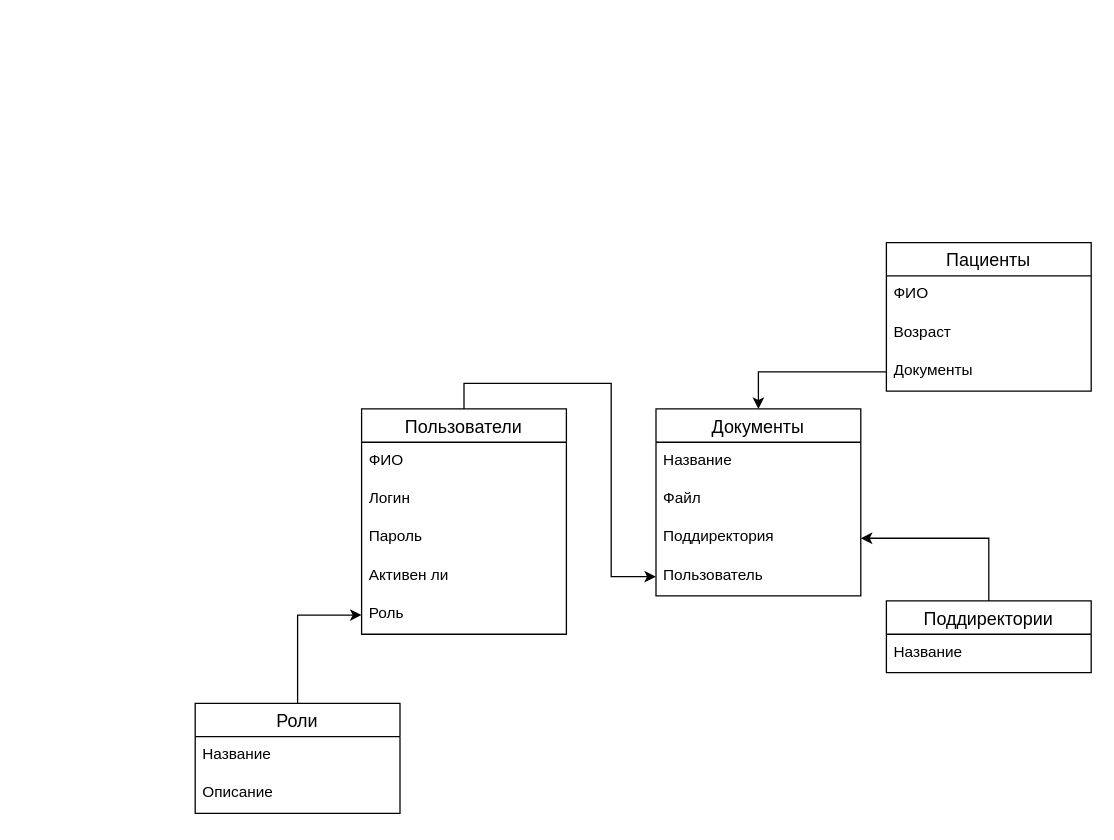
slsforme/prirodaRazumaSoftwareSystem keeps this draw.io diagram as drawio/logical_scheme.drawio. Above is the earlier version. Source tidied: cells renumbered, new cells numbered last; positions are measured from the earlier drawing's top-left corner, leaving out a move shared by most shapes. Both pictures are drawn from the tidied source at 128%, with x=0, y=0 at pixel (195, 242).
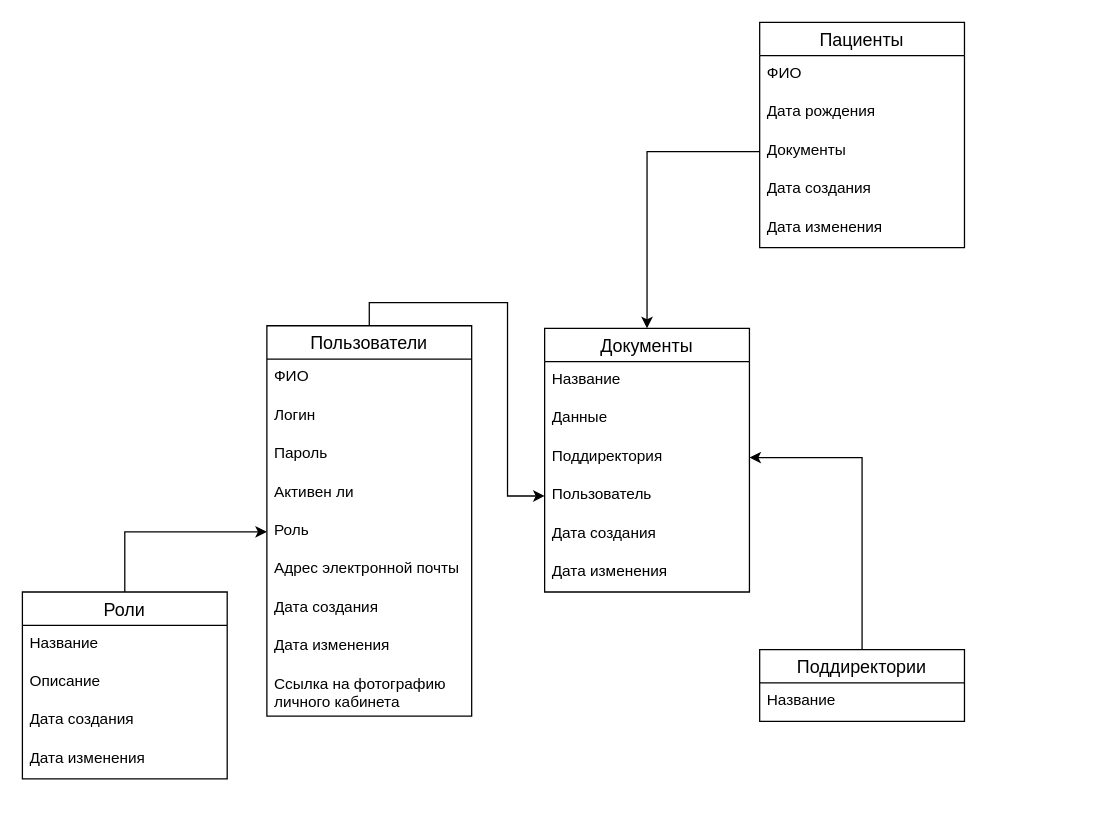
After the change.

Commit message:
Актуальная версия логической схемы

Unchanged cells that the change refers to:
```xml
<mxCell id="21" value="Пользователь" style="text;strokeColor=none;fillColor=none;spacingLeft=4;spacingRight=4;overflow=hidden;points=[[0,0.5],[1,0.5]];portConstraint=eastwest;fontSize=12;whiteSpace=wrap;html=1;" parent="17" vertex="1">
  <mxGeometry y="116" width="160" height="30" as="geometry" />
</mxCell>
```

The edit, as a diff of the source:
```diff
@@
     <mxCell id="2" style="edgeStyle=orthogonalEdgeStyle;rounded=0;jettySize=auto;html=1;" parent="1" edge="1" source="3" target="21">
       <mxGeometry relative="1" as="geometry">
         <Array as="points">
-          <mxPoint x="210" y="110" />
-          <mxPoint x="325" y="110" />
-          <mxPoint x="325" y="261" />
+          <mxPoint x="136" y="47" />
+          <mxPoint x="244" y="47" />
+          <mxPoint x="244" y="198" />
         </Array>
       </mxGeometry>
     </mxCell>
     <mxCell id="3" value="Пользователи" style="swimlane;fontStyle=0;horizontal=1;startSize=26;align=center;fontSize=14;" parent="1" vertex="1">
-      <mxGeometry x="130" y="130" width="160" height="176" as="geometry" />
+      <mxGeometry x="56" y="65" width="160" height="305" as="geometry" />
     </mxCell>
@@
+    <mxCell id="26" value="Адрес электронной почты" style="text;strokeColor=none;fillColor=none;spacingLeft=4;spacingRight=4;overflow=hidden;fontSize=12;whiteSpace=wrap;html=1;" parent="3" vertex="1">
+      <mxGeometry y="176" width="160" height="30" as="geometry" />
+    </mxCell>
+    <mxCell id="27" value="Дата создания" style="text;strokeColor=none;fillColor=none;spacingLeft=4;spacingRight=4;overflow=hidden;fontSize=12;whiteSpace=wrap;html=1;" parent="3" vertex="1">
+      <mxGeometry y="206" width="160" height="30" as="geometry" />
+    </mxCell>
+    <mxCell id="28" value="Дата изменения" style="text;strokeColor=none;fillColor=none;spacingLeft=4;spacingRight=4;overflow=hidden;fontSize=12;whiteSpace=wrap;html=1;" parent="3" vertex="1">
+      <mxGeometry y="236" width="160" height="30" as="geometry" />
+    </mxCell>
+    <mxCell id="29" value="Ссылка на фотографию личного кабинета" style="text;strokeColor=none;fillColor=none;spacingLeft=4;spacingRight=4;overflow=hidden;fontSize=12;whiteSpace=wrap;html=1;" parent="3" vertex="1">
+      <mxGeometry y="266" width="160" height="39" as="geometry" />
+    </mxCell>
@@
     <mxCell id="10" value="Роли" style="swimlane;fontStyle=0;horizontal=1;startSize=26;align=center;fontSize=14;" parent="1" vertex="1">
-      <mxGeometry y="360" width="160" height="86" as="geometry" />
+      <mxGeometry x="-135" y="273" width="160" height="146" as="geometry" />
     </mxCell>
@@
+    <mxCell id="30" value="Дата создания" style="text;strokeColor=none;fillColor=none;spacingLeft=4;spacingRight=4;overflow=hidden;fontSize=12;whiteSpace=wrap;html=1;" parent="10" vertex="1">
+      <mxGeometry y="86" width="160" height="30" as="geometry" />
+    </mxCell>
+    <mxCell id="31" value="Дата изменения" style="text;strokeColor=none;fillColor=none;spacingLeft=4;spacingRight=4;overflow=hidden;fontSize=12;whiteSpace=wrap;html=1;" parent="10" vertex="1">
+      <mxGeometry y="116" width="160" height="30" as="geometry" />
+    </mxCell>
     <mxCell id="13" value="Пациенты" style="swimlane;fontStyle=0;horizontal=1;startSize=26;align=center;fontSize=14;" parent="1" vertex="1">
-      <mxGeometry x="540" width="160" height="116" as="geometry" />
+      <mxGeometry x="441" y="-172" width="160" height="176" as="geometry" />
     </mxCell>
@@
-    <mxCell id="15" value="Возраст" style="text;strokeColor=none;fillColor=none;spacingLeft=4;spacingRight=4;overflow=hidden;fontSize=12;whiteSpace=wrap;html=1;" parent="13" vertex="1">
+    <mxCell id="15" value="Дата рождения" style="text;strokeColor=none;fillColor=none;spacingLeft=4;spacingRight=4;overflow=hidden;fontSize=12;whiteSpace=wrap;html=1;" parent="13" vertex="1">
       <mxGeometry y="56" width="160" height="30" as="geometry" />
     </mxCell>
@@
+    <mxCell id="32" value="Дата создания" style="text;strokeColor=none;fillColor=none;spacingLeft=4;spacingRight=4;overflow=hidden;fontSize=12;whiteSpace=wrap;html=1;" parent="13" vertex="1">
+      <mxGeometry y="116" width="160" height="30" as="geometry" />
+    </mxCell>
+    <mxCell id="33" value="Дата изменения" style="text;strokeColor=none;fillColor=none;spacingLeft=4;spacingRight=4;overflow=hidden;fontSize=12;whiteSpace=wrap;html=1;" parent="13" vertex="1">
+      <mxGeometry y="146" width="160" height="30" as="geometry" />
+    </mxCell>
     <mxCell id="17" value="Документы" style="swimlane;fontStyle=0;horizontal=1;startSize=26;align=center;fontSize=14;" parent="1" vertex="1">
-      <mxGeometry x="360" y="130" width="160" height="146" as="geometry" />
+      <mxGeometry x="273" y="67" width="160" height="206" as="geometry" />
     </mxCell>
@@
-    <mxCell id="19" value="Файл" style="text;strokeColor=none;fillColor=none;spacingLeft=4;spacingRight=4;overflow=hidden;fontSize=12;whiteSpace=wrap;html=1;" parent="17" vertex="1">
+    <mxCell id="19" value="Данные" style="text;strokeColor=none;fillColor=none;spacingLeft=4;spacingRight=4;overflow=hidden;fontSize=12;whiteSpace=wrap;html=1;" parent="17" vertex="1">
       <mxGeometry y="56" width="160" height="30" as="geometry" />
     </mxCell>
@@
+    <mxCell id="34" value="Дата создания" style="text;strokeColor=none;fillColor=none;spacingLeft=4;spacingRight=4;overflow=hidden;fontSize=12;whiteSpace=wrap;html=1;" parent="17" vertex="1">
+      <mxGeometry y="146" width="160" height="30" as="geometry" />
+    </mxCell>
+    <mxCell id="35" value="Дата изменения" style="text;strokeColor=none;fillColor=none;spacingLeft=4;spacingRight=4;overflow=hidden;fontSize=12;whiteSpace=wrap;html=1;" parent="17" vertex="1">
+      <mxGeometry y="176" width="160" height="30" as="geometry" />
+    </mxCell>
@@
     <mxCell id="23" value="Поддиректории" style="swimlane;fontStyle=0;horizontal=1;startSize=26;align=center;fontSize=14;" parent="1" vertex="1">
-      <mxGeometry x="540" y="280" width="160" height="56" as="geometry" />
+      <mxGeometry x="441" y="318" width="160" height="56" as="geometry" />
     </mxCell>
```
